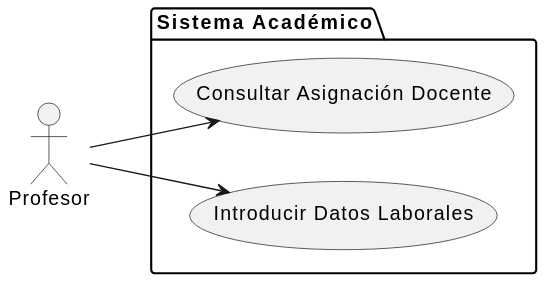
The PlantUML diagram images/modelosUML/CdU/EstructurarCasosDeUso/profesor.svg in mmasias/24-25-IdSw1-SDR, before a commit.
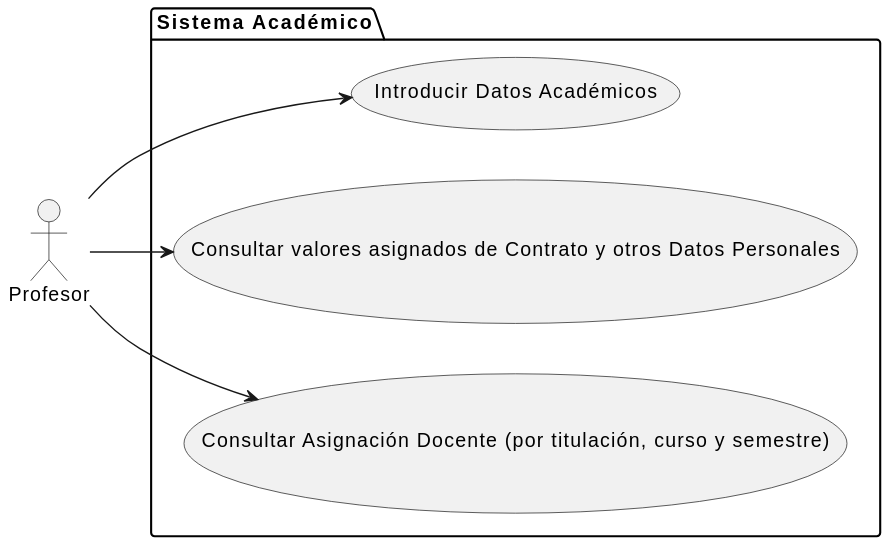
The same file after the commit.

What changed in the source:
```diff
@@ -2,9 +2,11 @@
 left to right direction
 actor Profesor
 package "Sistema Académico" {
-    usecase "Consultar Asignación Docente" as ConsultarAsignacion
-    usecase "Introducir Datos Laborales" as IntroducirDatosLaborales
+    usecase "Introducir Datos Académicos" as IntroducirDatosAcademicos
+    usecase "Consultar valores asignados de Contrato y otros Datos Personales" as ConsultarValores
+    usecase "Consultar Asignación Docente (por titulación, curso y semestre)" as ConsultarAsignaciones
 }
-Profesor --> ConsultarAsignacion
-Profesor --> IntroducirDatosLaborales
+Profesor --> IntroducirDatosAcademicos
+Profesor --> ConsultarValores
+Profesor --> ConsultarAsignaciones
 @enduml
```
